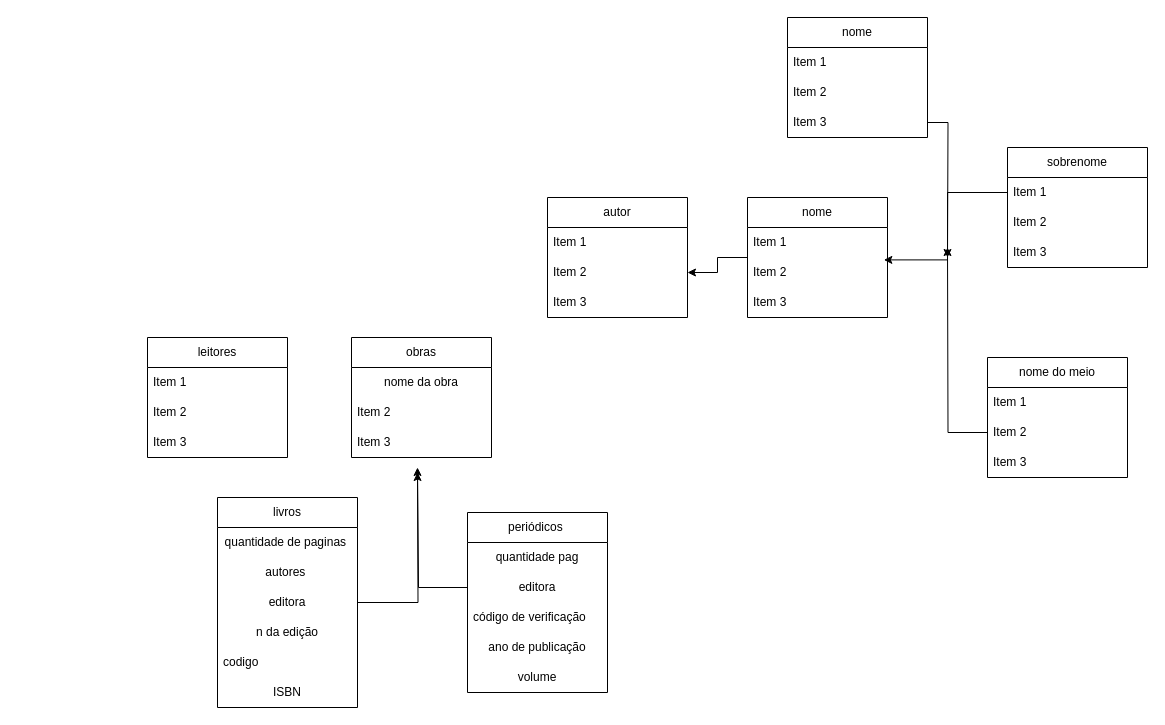
Above: page "22" (9 of 10) of pré-g2.drawio in livramos/Modelagem-de-Dados- (draw.io), before the change. Source tidied: cells renumbered, new cells numbered last; positions are measured from the earlier drawing's top-left corner, leaving out a move shared by most shapes. Both pictures are drawn from the tidied source at 100%, with x=0, y=0 at pixel (147, 17).
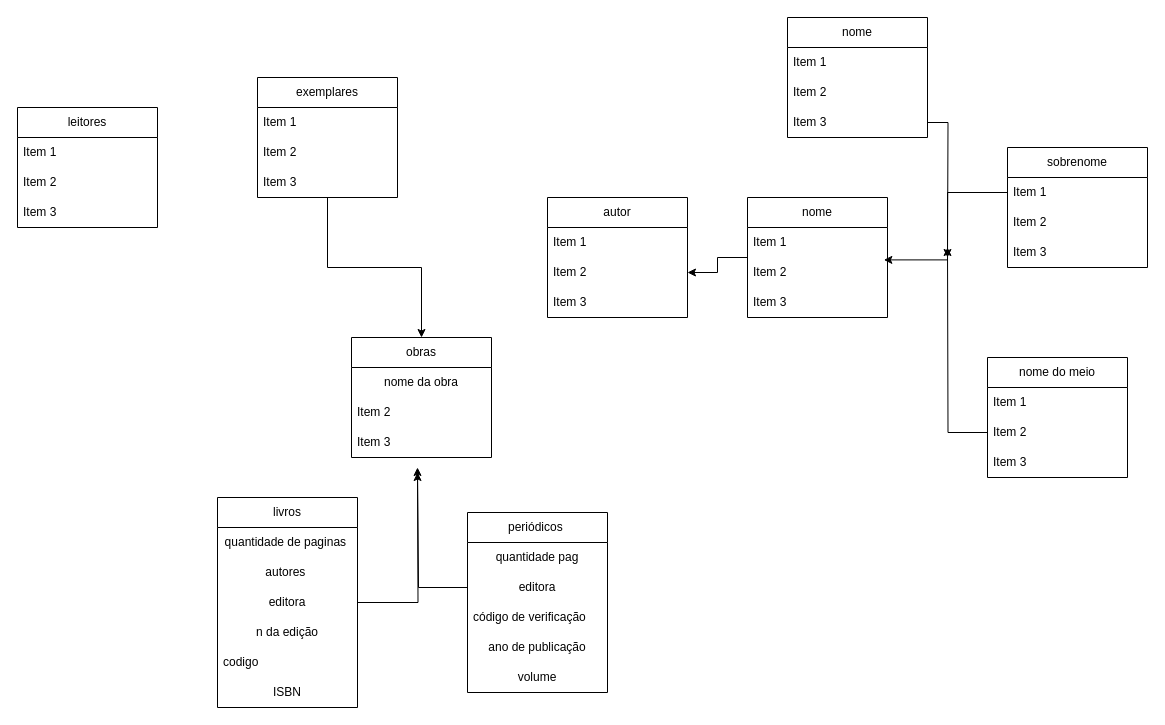
After the change.

Unchanged cells that the change refers to:
```xml
<mxCell id="6" value="obras" style="swimlane;fontStyle=0;horizontal=1;startSize=30;whiteSpace=wrap;html=1;" parent="1" vertex="1">
  <mxGeometry x="204" y="320" width="140" height="120" as="geometry" />
</mxCell>
```

The edit, as a diff of the source:
```diff
@@
     <mxCell id="2" value="leitores" style="swimlane;fontStyle=0;horizontal=1;startSize=30;whiteSpace=wrap;html=1;" parent="1" vertex="1">
-      <mxGeometry y="320" width="140" height="120" as="geometry" />
+      <mxGeometry x="-130" y="90" width="140" height="120" as="geometry" />
     </mxCell>
@@
+    <mxCell id="49" style="edgeStyle=orthogonalEdgeStyle;rounded=0;jettySize=auto;html=1;" parent="1" edge="1" source="50" target="6">
+      <mxGeometry relative="1" as="geometry" />
+    </mxCell>
+    <mxCell id="50" value="exemplares" style="swimlane;fontStyle=0;horizontal=1;startSize=30;whiteSpace=wrap;html=1;" parent="1" vertex="1">
+      <mxGeometry x="110" y="60" width="140" height="120" as="geometry" />
+    </mxCell>
+    <mxCell id="51" value="Item 1" style="text;strokeColor=none;fillColor=none;align=left;verticalAlign=middle;spacingLeft=4;spacingRight=4;overflow=hidden;whiteSpace=wrap;html=1;" parent="50" vertex="1">
+      <mxGeometry y="30" width="140" height="30" as="geometry" />
+    </mxCell>
+    <mxCell id="52" value="Item 2" style="text;strokeColor=none;fillColor=none;align=left;verticalAlign=middle;spacingLeft=4;spacingRight=4;overflow=hidden;whiteSpace=wrap;html=1;" parent="50" vertex="1">
+      <mxGeometry y="60" width="140" height="30" as="geometry" />
+    </mxCell>
+    <mxCell id="53" value="Item 3" style="text;strokeColor=none;fillColor=none;align=left;verticalAlign=middle;spacingLeft=4;spacingRight=4;overflow=hidden;whiteSpace=wrap;html=1;" parent="50" vertex="1">
+      <mxGeometry y="90" width="140" height="30" as="geometry" />
+    </mxCell>
```
